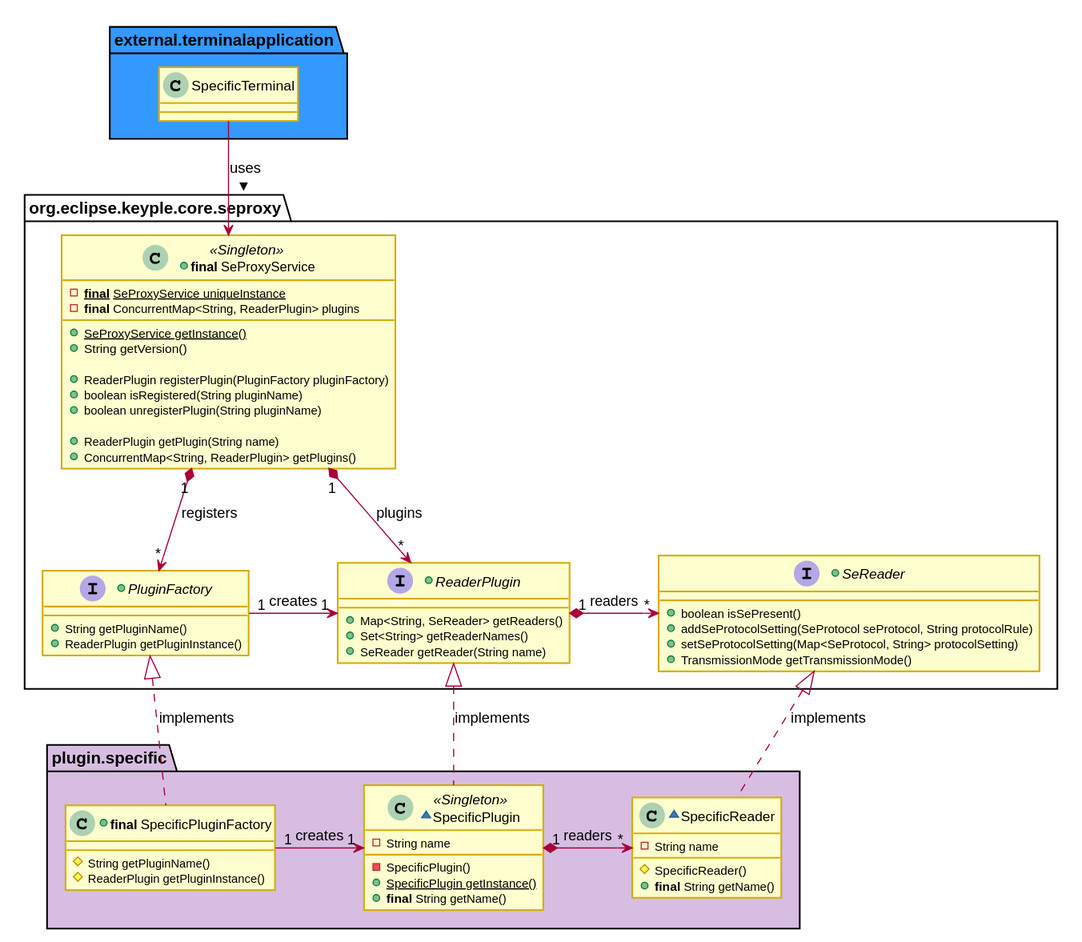
The PlantUML diagram docs/KeypleCoreApi/Application/img/KeypleCore_ApplicationApi_ClassDiag_SE_Proxy_SpecificPluginAndReader_0_9_0.svg in calypsonet/keyple, before a commit.
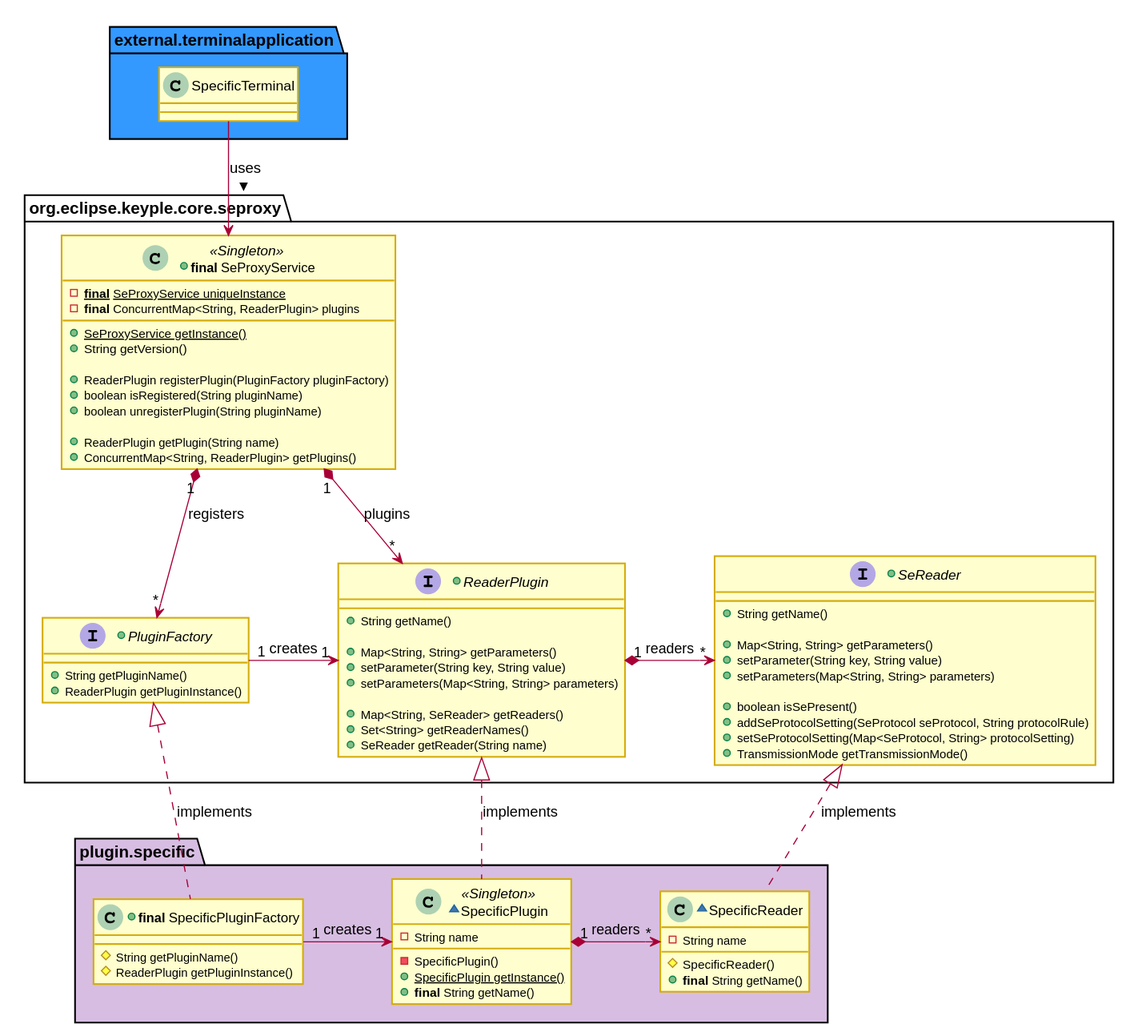
Above is the later version.

Diff of the diagram source:
```diff
@@ -53,11 +53,23 @@
   +ReaderPlugin getPluginInstance()
 }
 +interface ReaderPlugin {
+  +String getName()
+
+  +Map<String, String> getParameters()
+  +setParameter(String key, String value)
+  +setParameters(Map<String, String> parameters)
+
   +Map<String, SeReader> getReaders()
   +Set<String> getReaderNames()
   +SeReader getReader(String name)
 }
 +interface SeReader {
+  +String getName()
+
+  +Map<String, String> getParameters()
+  +setParameter(String key, String value)
+  +setParameters(Map<String, String> parameters)
+
   +boolean isSePresent()
   +addSeProtocolSetting(SeProtocol seProtocol, String protocolRule)
   +setSeProtocolSetting(Map<SeProtocol, String> protocolSetting)
```
